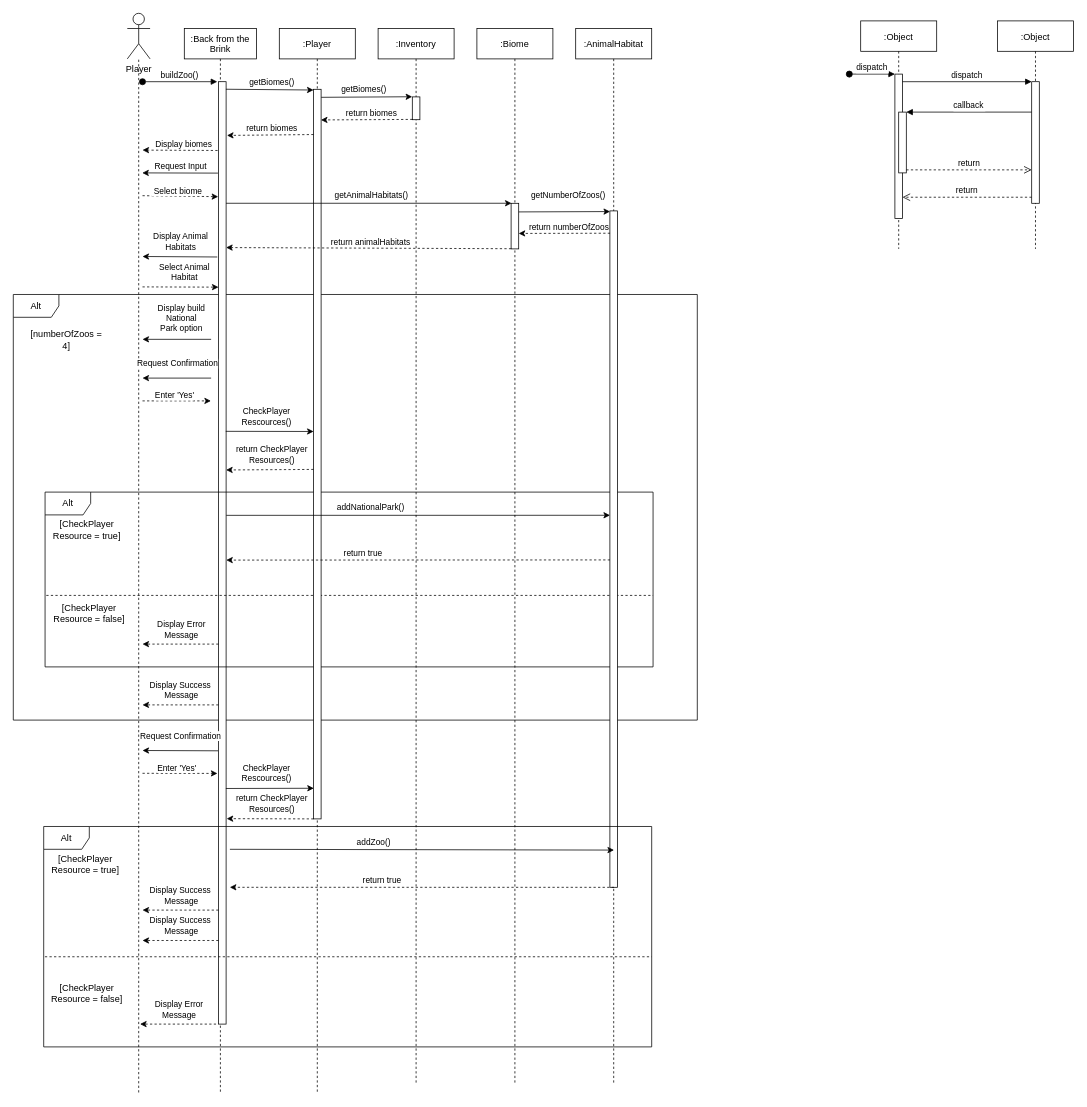
Earlier version of the draw.io diagram Documentation/Sequence Diagrams/Build Zoo (Draft).drawio (cmcgarry5/csc2058-2021-g25). Source tidied: cells renumbered, new cells numbered last; positions are measured from the earlier drawing's top-left corner, leaving out a move shared by most shapes. Both pictures are drawn from the tidied source at 76%, with x=0, y=0 at pixel (13, 13).
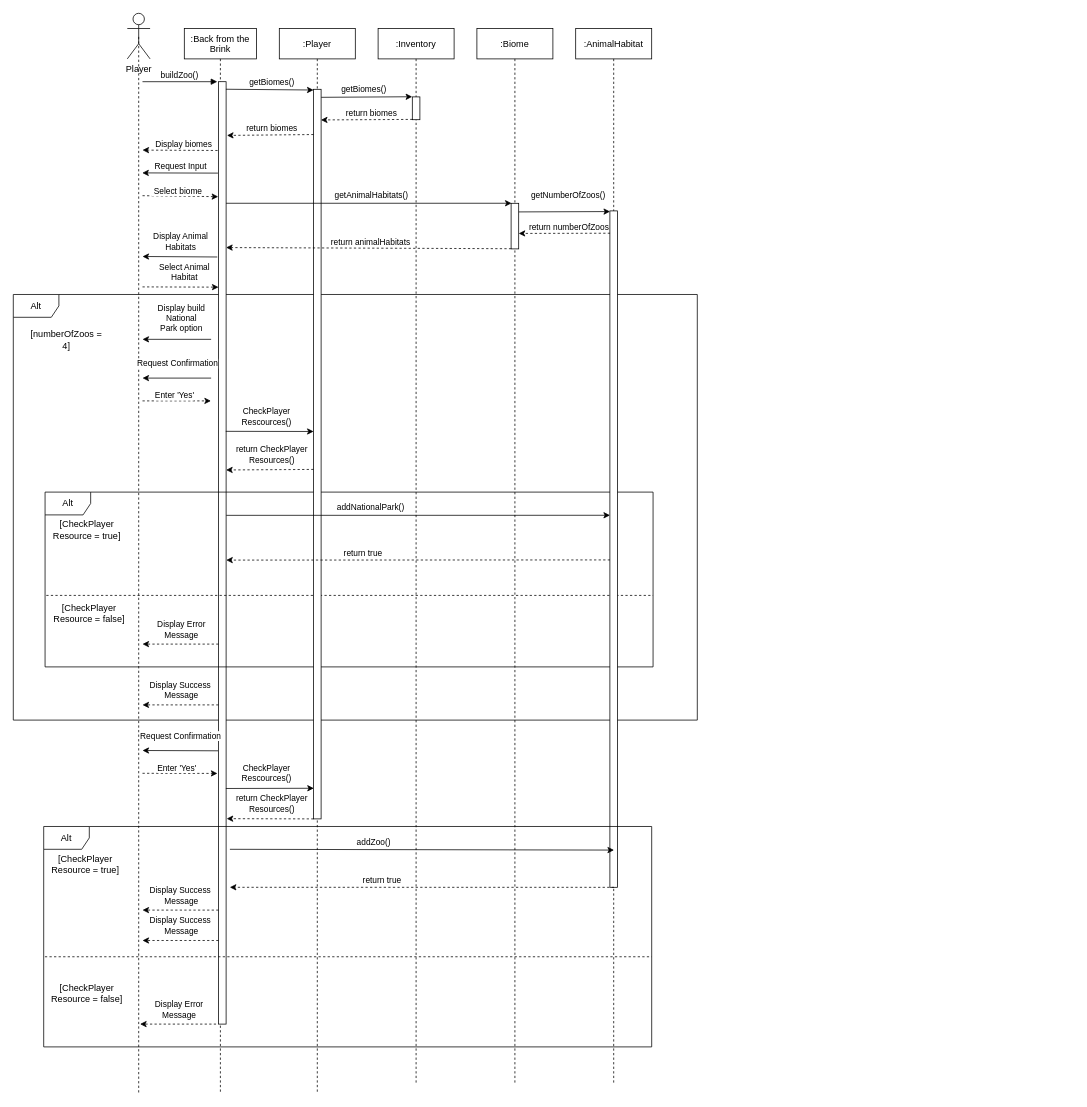
Above is the later version.

Commit message:
cleaned up build zoo SD

Unchanged cells that the change refers to:
```xml
<mxCell id="13" value="Player" style="shape=umlActor;verticalLabelPosition=bottom;verticalAlign=top;html=1;outlineConnect=0;" parent="1" vertex="1">
  <mxGeometry x="150" width="30" height="60" as="geometry" />
</mxCell>
<mxCell id="14" value=":Back from the&#10;Brink" style="shape=umlLifeline;perimeter=lifelinePerimeter;rounded=0;shadow=0;strokeWidth=1;" parent="1" vertex="1">
  <mxGeometry x="225" y="20" width="95" height="1400" as="geometry" />
</mxCell>
<mxCell id="15" style="points=[];perimeter=orthogonalPerimeter;rounded=0;shadow=0;strokeWidth=1;" parent="14" vertex="1">
  <mxGeometry x="45" y="70" width="10" height="1240" as="geometry" />
</mxCell>
```

What changed in the source:
```diff
@@
-    <mxCell id="3" value=":Object" style="shape=umlLifeline;perimeter=lifelinePerimeter;rounded=0;shadow=0;strokeWidth=1;" parent="1" vertex="1">
-      <mxGeometry x="1115" y="10" width="100" height="300" as="geometry" />
-    </mxCell>
-    <mxCell id="4" style="points=[];perimeter=orthogonalPerimeter;rounded=0;shadow=0;strokeWidth=1;" parent="3" vertex="1">
-      <mxGeometry x="45" y="70" width="10" height="190" as="geometry" />
-    </mxCell>
-    <mxCell id="5" value="dispatch" style="verticalAlign=bottom;startArrow=oval;endArrow=block;startSize=8;shadow=0;strokeWidth=1;" parent="3" edge="1" target="4">
-      <mxGeometry relative="1" as="geometry">
-        <mxPoint x="-15" y="70" as="sourcePoint" />
-      </mxGeometry>
-    </mxCell>
-    <mxCell id="6" style="points=[];perimeter=orthogonalPerimeter;rounded=0;shadow=0;strokeWidth=1;" parent="3" vertex="1">
-      <mxGeometry x="50" y="120" width="10" height="80" as="geometry" />
-    </mxCell>
-    <mxCell id="7" value=":Object" style="shape=umlLifeline;perimeter=lifelinePerimeter;rounded=0;shadow=0;strokeWidth=1;" parent="1" vertex="1">
-      <mxGeometry x="1295" y="10" width="100" height="300" as="geometry" />
-    </mxCell>
-    <mxCell id="8" style="points=[];perimeter=orthogonalPerimeter;rounded=0;shadow=0;strokeWidth=1;" parent="7" vertex="1">
-      <mxGeometry x="45" y="80" width="10" height="160" as="geometry" />
-    </mxCell>
-    <mxCell id="9" value="return" style="verticalAlign=bottom;endArrow=open;dashed=1;endSize=8;exitX=0;exitY=0.95;shadow=0;strokeWidth=1;" parent="1" edge="1" source="8" target="4">
-      <mxGeometry relative="1" as="geometry" />
-    </mxCell>
-    <mxCell id="10" value="dispatch" style="verticalAlign=bottom;endArrow=block;entryX=0;entryY=0;shadow=0;strokeWidth=1;" parent="1" edge="1" source="4" target="8">
-      <mxGeometry relative="1" as="geometry" />
-    </mxCell>
-    <mxCell id="11" value="callback" style="verticalAlign=bottom;endArrow=block;entryX=1;entryY=0;shadow=0;strokeWidth=1;" parent="1" edge="1" source="8" target="6">
-      <mxGeometry relative="1" as="geometry" />
-    </mxCell>
-    <mxCell id="12" value="return" style="verticalAlign=bottom;endArrow=open;dashed=1;endSize=8;exitX=1;exitY=0.95;shadow=0;strokeWidth=1;" parent="1" edge="1" source="6" target="8">
-      <mxGeometry relative="1" as="geometry" />
-    </mxCell>
@@
-    <mxCell id="16" value="buildZoo()" style="verticalAlign=bottom;startArrow=oval;endArrow=block;startSize=8;shadow=0;strokeWidth=1;entryX=-0.161;entryY=0;entryDx=0;entryDy=0;entryPerimeter=0;" parent="14" edge="1" target="15">
+    <mxCell id="16" value="buildZoo()" style="verticalAlign=bottom;startArrow=none;endArrow=block;startSize=8;shadow=0;strokeWidth=1;entryX=-0.161;entryY=0;entryDx=0;entryDy=0;entryPerimeter=0;startFill=0;" parent="14" edge="1" target="15">
       <mxGeometry relative="1" as="geometry">
         <mxPoint x="-55" y="70" as="sourcePoint" />
       </mxGeometry>
     </mxCell>
@@
-    <mxCell id="31" style="endArrow=none;html=1;dashed=1;" parent="1" edge="1" target="13">
+    <mxCell id="31" style="endArrow=none;html=1;dashed=1;entryX=0.5;entryY=0.5;entryDx=0;entryDy=0;entryPerimeter=0;" parent="1" edge="1" target="13">
       <mxGeometry relative="1" as="geometry">
         <mxPoint x="165" y="1420" as="sourcePoint" />
       </mxGeometry>
     </mxCell>
```
